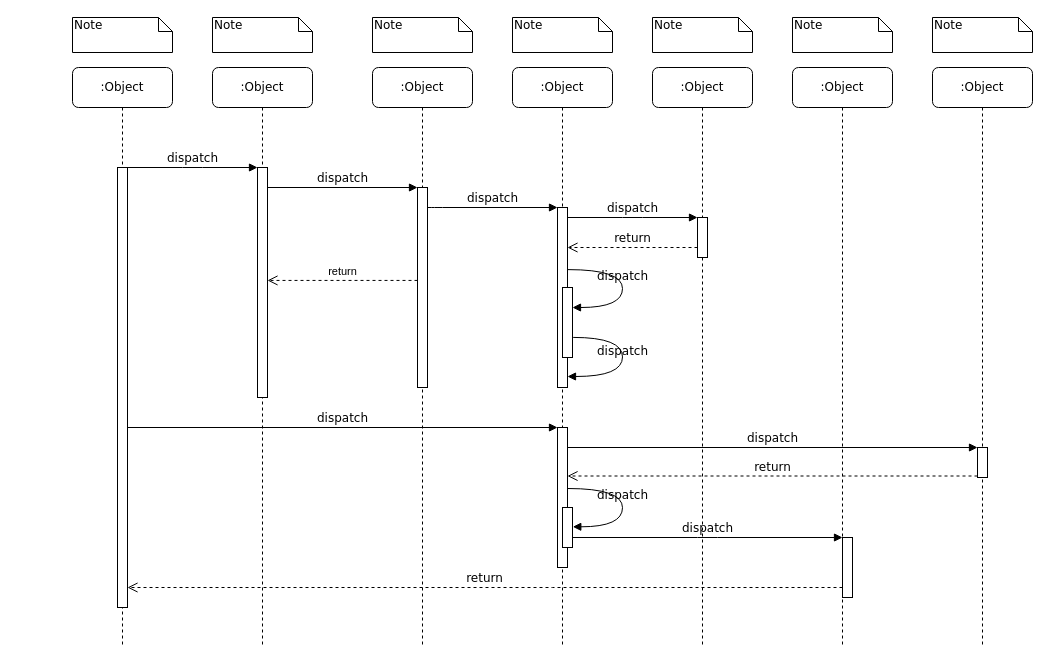
Above: Untitled Diagram.drawio in xiongying1994/xiongying1994 (draw.io), before the change. Source tidied: cells renumbered, new cells numbered last; positions are measured from the earlier drawing's top-left corner, leaving out a move shared by most shapes. Both pictures are drawn from the tidied source at 100%, with x=0, y=0 at pixel (72, 17).
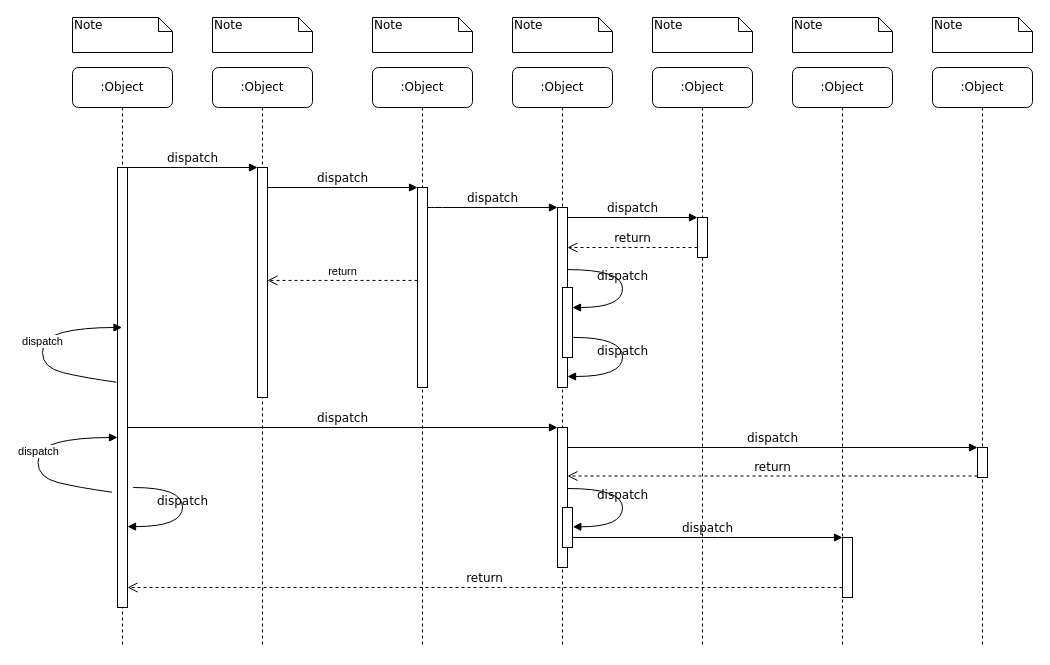
The same page after the edit.

Unchanged cells that the change refers to:
```xml
<mxCell id="10" value=":Object" style="shape=umlLifeline;perimeter=lifelinePerimeter;whiteSpace=wrap;html=1;outlineConnect=0;rounded=1;shadow=0;comic=0;labelBackgroundColor=none;strokeWidth=1;fontFamily=Verdana;fontSize=12;align=center;" parent="1" vertex="1">
  <mxGeometry y="50" width="100" height="580" as="geometry" />
</mxCell>
<mxCell id="11" style="html=1;points=[];perimeter=orthogonalPerimeter;rounded=0;shadow=0;comic=0;labelBackgroundColor=none;strokeWidth=1;fontFamily=Verdana;fontSize=12;align=center;" parent="10" vertex="1">
  <mxGeometry x="45" y="100" width="10" height="440" as="geometry" />
</mxCell>
```

Change to the diagram source:
```diff
@@
+    <mxCell id="40" value="dispatch" style="html=1;verticalAlign=bottom;endArrow=block;rounded=0;curved=1;exitX=-0.1;exitY=0.488;exitDx=0;exitDy=0;exitPerimeter=0;" parent="10" edge="1" source="11" target="10">
+      <mxGeometry relative="1" as="geometry">
+        <Array as="points">
+          <mxPoint x="10" y="310" />
+          <mxPoint x="-30" y="300" />
+          <mxPoint x="-30" y="270" />
+          <mxPoint x="10" y="260" />
+        </Array>
+      </mxGeometry>
+    </mxCell>
+    <mxCell id="41" value="dispatch" style="html=1;verticalAlign=bottom;endArrow=block;labelBackgroundColor=none;fontFamily=Verdana;fontSize=12;elbow=vertical;edgeStyle=orthogonalEdgeStyle;curved=1;exitX=1.066;exitY=0.713;exitPerimeter=0;" parent="10" edge="1">
+      <mxGeometry relative="1" as="geometry">
+        <mxPoint x="60.7" y="420" as="sourcePoint" />
+        <mxPoint x="55" y="459.1" as="targetPoint" />
+        <Array as="points">
+          <mxPoint x="110" y="420" />
+          <mxPoint x="110" y="459" />
+        </Array>
+      </mxGeometry>
+    </mxCell>
+    <mxCell id="42" value="dispatch" style="html=1;verticalAlign=bottom;endArrow=block;rounded=0;curved=1;exitX=-0.1;exitY=0.488;exitDx=0;exitDy=0;exitPerimeter=0;" parent="10" edge="1">
+      <mxGeometry relative="1" as="geometry">
+        <mxPoint x="39.5" y="424.7" as="sourcePoint" />
+        <mxPoint x="45" y="370" as="targetPoint" />
+        <Array as="points">
+          <mxPoint x="5.5" y="420" />
+          <mxPoint x="-34.5" y="410" />
+          <mxPoint x="-34.5" y="380" />
+          <mxPoint x="5.5" y="370" />
+        </Array>
+      </mxGeometry>
+    </mxCell>
```
